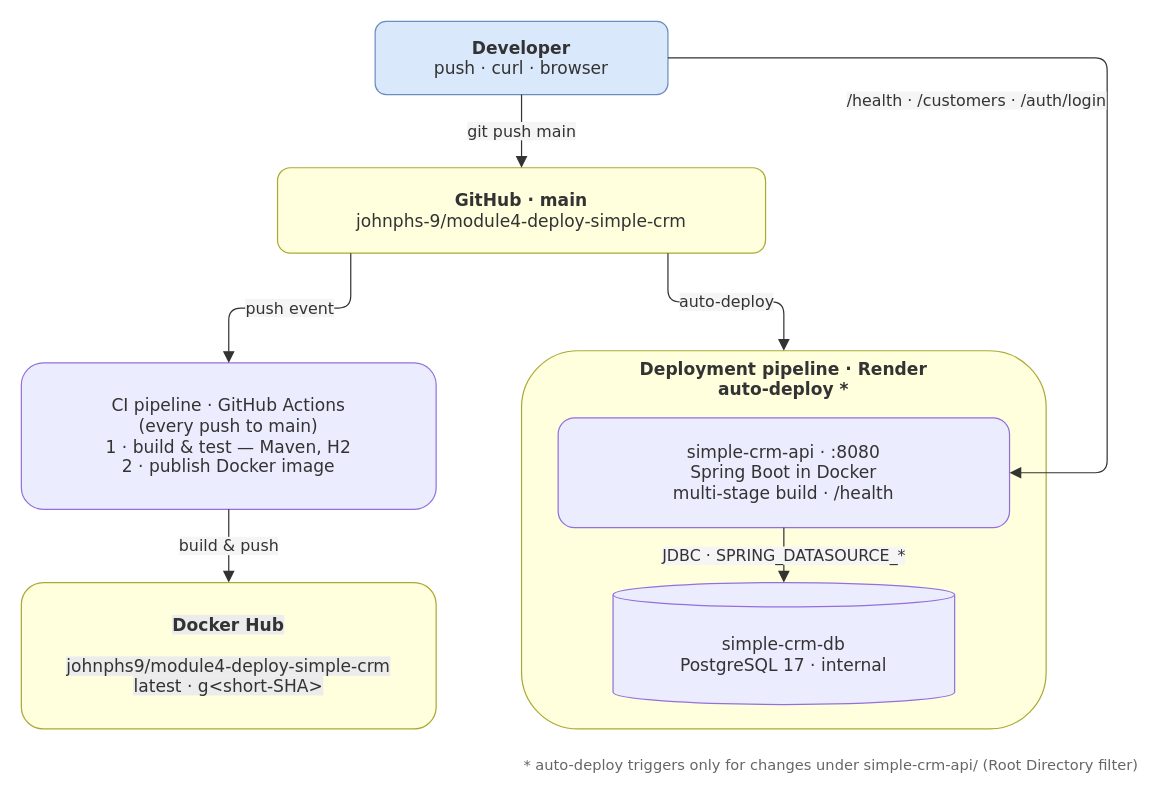
johnphs-9/module4-deploy-simple-crm keeps this draw.io diagram as docs/design/module4-simple-crm-API-architecture.drawio. Above is the earlier version. Source tidied: cells renumbered, new cells numbered last; positions are measured from the earlier drawing's top-left corner, leaving out a move shared by most shapes. Both pictures are drawn from the tidied source at 122%, with x=0, y=0 at pixel (21, 21).
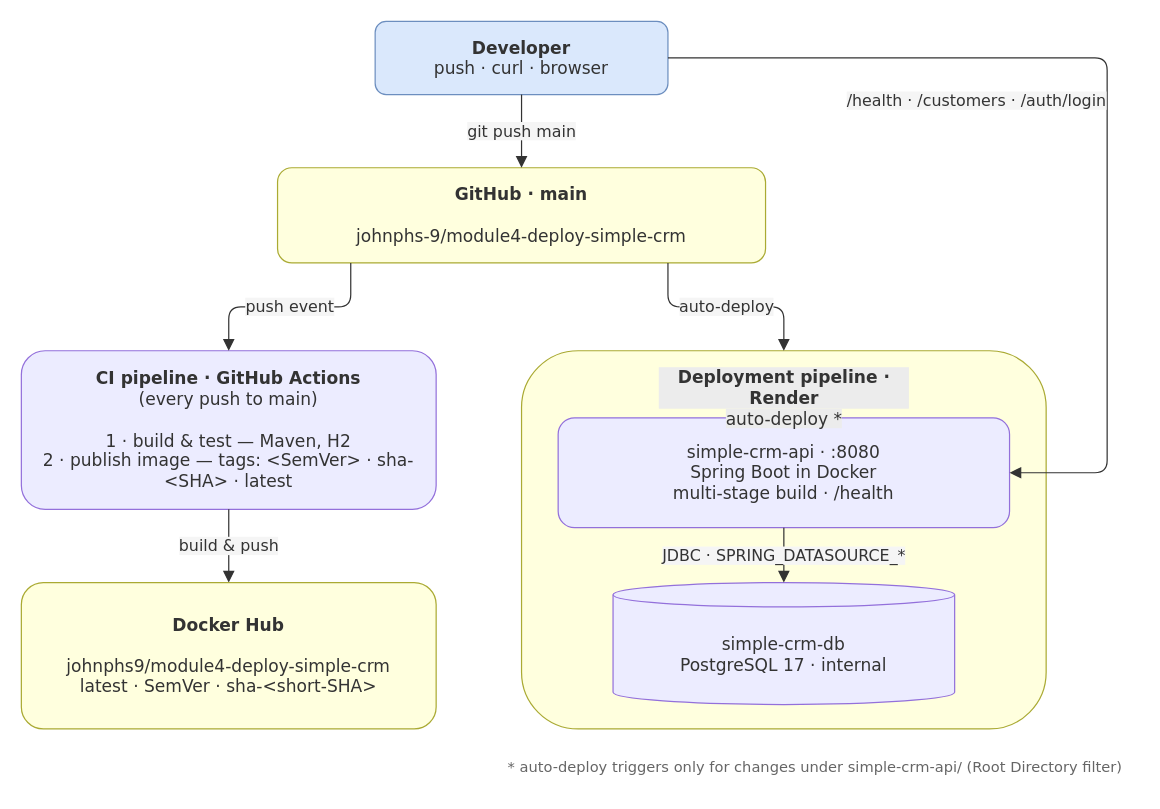
After the change.

Change to the diagram source:
```diff
@@
-    <mxCell id="3" value="GitHub · main&lt;br&gt;&lt;span style=&quot;font-weight: normal;&quot;&gt;johnphs-9/module4-deploy-simple-crm&lt;/span&gt;" style="rounded=1;whiteSpace=wrap;html=1;fillColor=#FFFFDE;strokeColor=#AAAA33;fontFamily=Trebuchet MS,Verdana,Arial,sans-serif;fontSize=14;fontColor=#333333;fontStyle=1;" parent="1" vertex="1">
-      <mxGeometry x="210" y="120" width="400" height="70" as="geometry" />
+    <mxCell id="3" value="GitHub · main&lt;div&gt;&lt;br&gt;&lt;div&gt;&lt;span style=&quot;font-weight: normal;&quot;&gt;johnphs-9/module4-deploy-simple-crm&lt;/span&gt;&lt;/div&gt;&lt;/div&gt;" style="rounded=1;whiteSpace=wrap;html=1;fillColor=#FFFFDE;strokeColor=#AAAA33;fontFamily=Trebuchet MS,Verdana,Arial,sans-serif;fontSize=14;fontColor=#333333;fontStyle=1;" parent="1" vertex="1">
+      <mxGeometry x="210" y="120" width="400" height="78" as="geometry" />
     </mxCell>
-    <mxCell id="4" value="CI pipeline · GitHub Actions&#10;(every push to main)&#10;1 · build &amp; test — Maven, H2&#10;2 · publish Docker image" style="rounded=1;whiteSpace=wrap;html=1;fillColor=#ECECFF;strokeColor=#9370DB;fontFamily=Trebuchet MS,Verdana,Arial,sans-serif;fontSize=14;fontColor=#333333;" parent="1" vertex="1">
-      <mxGeometry y="280" width="340" height="120" as="geometry" />
+    <mxCell id="4" value="&lt;b&gt;CI pipeline · GitHub Actions&lt;br&gt;&lt;/b&gt;(every push to main)&lt;div&gt;&lt;br&gt;1 · build &amp;amp; test — Maven, H2&lt;br&gt;2 · publish image — tags: &amp;lt;SemVer&amp;gt; · sha-&amp;lt;SHA&amp;gt; · latest&lt;/div&gt;" style="rounded=1;whiteSpace=wrap;html=1;fillColor=#ECECFF;strokeColor=#9370DB;fontFamily=Trebuchet MS,Verdana,Arial,sans-serif;fontSize=14;fontColor=#333333;" parent="1" vertex="1">
+      <mxGeometry y="270" width="340" height="130" as="geometry" />
     </mxCell>
-    <mxCell id="5" value="Deployment pipeline · Render&#10;auto-deploy *" style="rounded=1;whiteSpace=wrap;html=1;fillColor=#FFFFDE;strokeColor=#AAAA33;fontFamily=Trebuchet MS,Verdana,Arial,sans-serif;fontSize=14;fontColor=#333333;fontStyle=1;verticalAlign=top;" parent="1" vertex="1">
+    <mxCell id="5" style="rounded=1;whiteSpace=wrap;html=1;fillColor=#FFFFDE;strokeColor=#AAAA33;fontFamily=Trebuchet MS,Verdana,Arial,sans-serif;fontSize=14;fontColor=#333333;fontStyle=1;verticalAlign=top;" parent="1" vertex="1">
       <mxGeometry x="410" y="270" width="430" height="310" as="geometry" />
     </mxCell>
@@
+    <mxCell id="17" value="&lt;div style=&quot;forced-color-adjust: none; color: rgb(51, 51, 51); font-family: &amp;quot;Trebuchet MS&amp;quot;, Verdana, Arial, sans-serif; font-size: 14px; font-style: normal; font-variant-ligatures: normal; font-variant-caps: normal; font-weight: 700; letter-spacing: normal; orphans: 2; text-indent: 0px; text-transform: none; widows: 2; word-spacing: 0px; -webkit-text-stroke-width: 0px; white-space: normal; background-color: rgb(236, 236, 236); text-decoration-thickness: initial; text-decoration-style: initial; text-decoration-color: initial;&quot;&gt;&lt;span style=&quot;forced-color-adjust: none; background-color: transparent; color: light-dark(rgb(51, 51, 51), rgb(193, 193, 193));&quot;&gt;Deployment pipeline · Render&lt;/span&gt;&lt;/div&gt;&lt;span style=&quot;color: rgb(51, 51, 51); font-family: &amp;quot;Trebuchet MS&amp;quot;, Verdana, Arial, sans-serif; font-size: 14px; font-style: normal; font-variant-ligatures: normal; font-variant-caps: normal; letter-spacing: normal; orphans: 2; text-indent: 0px; text-transform: none; widows: 2; word-spacing: 0px; -webkit-text-stroke-width: 0px; white-space: normal; background-color: rgb(236, 236, 236); text-decoration-thickness: initial; text-decoration-style: initial; text-decoration-color: initial; float: none; display: inline !important;&quot;&gt;auto-deploy *&lt;/span&gt;" style="text;whiteSpace=wrap;html=1;align=center;" parent="5" vertex="1">
+      <mxGeometry x="111.5" y="7" width="207" height="41" as="geometry" />
+    </mxCell>
@@
     <mxCell id="14" value="* auto-deploy triggers only for changes under simple-crm-api/ (Root Directory filter)" style="text;html=1;align=left;verticalAlign=middle;fontFamily=Trebuchet MS,Verdana,Arial,sans-serif;fontSize=12;fontColor=#666666;" parent="1" vertex="1">
-      <mxGeometry x="410" y="595" width="430" height="30" as="geometry" />
+      <mxGeometry x="397" y="595" width="485" height="33" as="geometry" />
     </mxCell>
@@
-    <mxCell id="16" value="&lt;div&gt;&lt;span style=&quot;color: rgb(51, 51, 51); background-color: rgb(236, 236, 236); float: none; display: inline !important;&quot;&gt;Docker Hub&lt;/span&gt;&lt;/div&gt;&lt;div&gt;&lt;span style=&quot;color: rgb(51, 51, 51); background-color: rgb(236, 236, 236); float: none; display: inline !important;&quot;&gt;&lt;br&gt;&lt;/span&gt;&lt;/div&gt;&lt;span style=&quot;font-weight: 400; color: rgb(51, 51, 51); background-color: rgb(236, 236, 236); float: none; display: inline !important;&quot;&gt;johnphs9/module4-deploy-simple-crm&lt;/span&gt;&lt;br style=&quot;font-weight: 400; color: rgb(51, 51, 51); background-color: rgb(236, 236, 236);&quot;&gt;&lt;span style=&quot;font-weight: 400; color: rgb(51, 51, 51); background-color: rgb(236, 236, 236); float: none; display: inline !important;&quot;&gt;latest · g&amp;lt;short-SHA&amp;gt;&lt;/span&gt;" style="rounded=1;whiteSpace=wrap;html=1;fillColor=#FFFFDE;strokeColor=#AAAA33;fontFamily=Trebuchet MS,Verdana,Arial,sans-serif;fontSize=14;fontColor=#333333;fontStyle=1;" parent="1" vertex="1">
+    <mxCell id="16" value="&lt;b&gt;Docker Hub&lt;/b&gt;&lt;div&gt;&lt;br&gt;&lt;span style=&quot;font-weight: normal;&quot;&gt;johnphs9/module4-deploy-simple-crm&lt;br&gt;latest · SemVer · sha-&amp;lt;short-SHA&amp;gt;&lt;br&gt;&lt;/span&gt;&lt;/div&gt;" style="rounded=1;whiteSpace=wrap;html=1;fillColor=#FFFFDE;strokeColor=#AAAA33;fontFamily=Trebuchet MS,Verdana,Arial,sans-serif;fontSize=14;fontColor=#333333;fontStyle=1;" parent="1" vertex="1">
       <mxGeometry y="460" width="340" height="120" as="geometry" />
     </mxCell>
+    <mxCell id="18" style="edgeStyle=orthogonalEdgeStyle;rounded=0;orthogonalLoop=1;jettySize=auto;html=1;innerLoopWaypoints=1;exitX=0.5;exitY=1;exitDx=0;exitDy=0;defaultLabelBackgroundColor=page;" parent="1" edge="1" source="16" target="16">
+      <mxGeometry relative="1" as="geometry" />
+    </mxCell>
```
